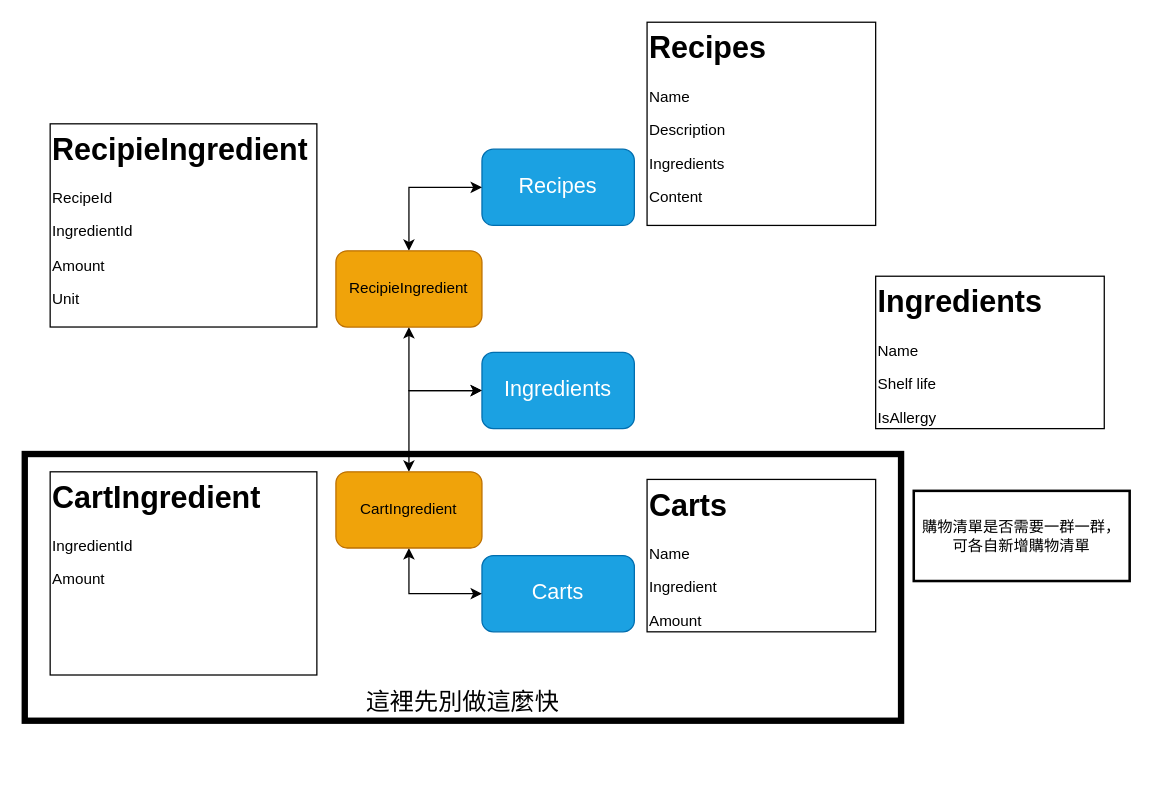
Earlier version of the draw.io diagram GroceryChef.drawio (TanaChu0409/grocery-chef). Source tidied: cells renumbered, new cells numbered last; positions are measured from the earlier drawing's top-left corner, leaving out a move shared by most shapes. Both pictures are drawn from the tidied source at 127%, with x=0, y=0 at pixel (24, 22).
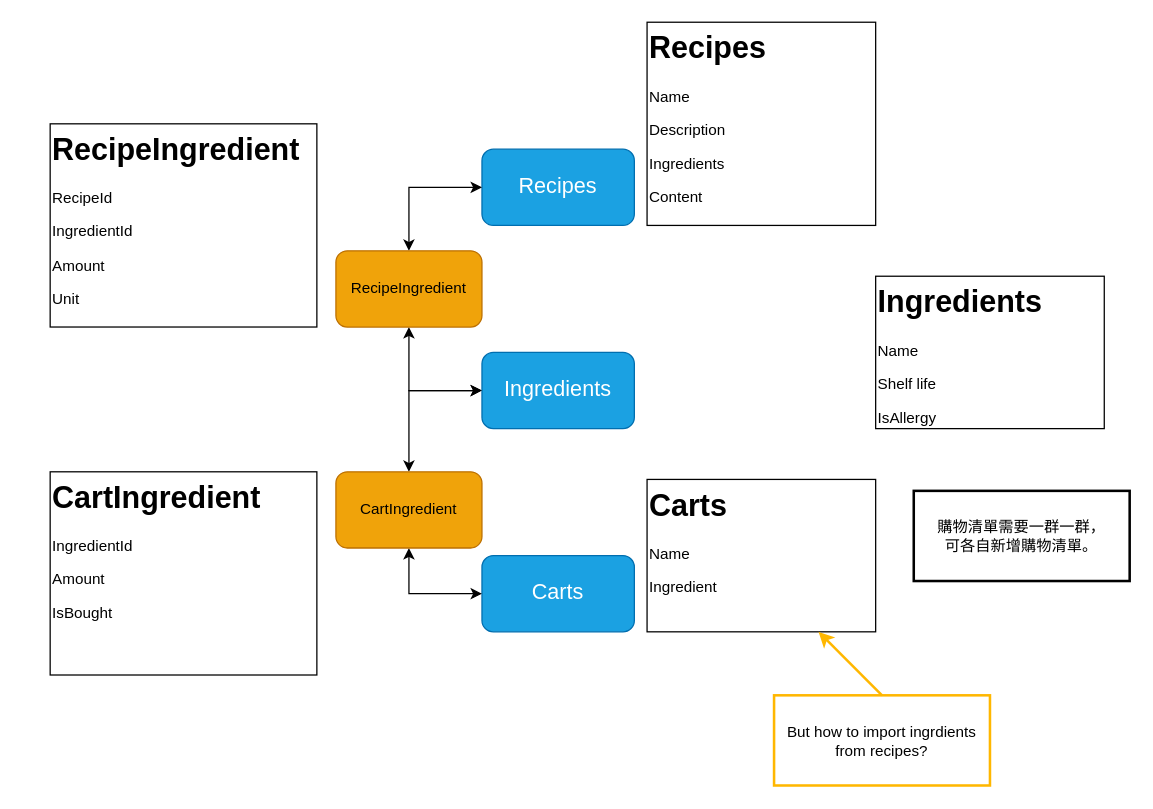
The same diagram, later.

Commit message (it also covers changes not shown here):
Add recipe with ingredient relation and create cart

What changed in the source:
```diff
@@
 <mxGraphModel>
   <root>
     <mxCell id="0" />
     <mxCell id="1" parent="0" />
     <mxCell id="2" value="Recipes" style="rounded=1;whiteSpace=wrap;html=1;fillColor=#1ba1e2;fontColor=#ffffff;strokeColor=#006EAF;fontSize=17;" parent="1" vertex="1">
       <mxGeometry x="360" y="100" width="120" height="60" as="geometry" />
     </mxCell>
     <mxCell id="3" value="Carts" style="rounded=1;whiteSpace=wrap;html=1;fillColor=#1ba1e2;fontColor=#ffffff;strokeColor=#006EAF;fontSize=17;" parent="1" vertex="1">
       <mxGeometry x="360" y="420" width="120" height="60" as="geometry" />
     </mxCell>
     <mxCell id="4" style="edgeStyle=orthogonalEdgeStyle;rounded=0;jettySize=auto;html=1;exitX=0;exitY=0.5;exitDx=0;exitDy=0;entryX=0.5;entryY=0;entryDx=0;entryDy=0;startArrow=classic;startFill=1;" parent="1" edge="1" source="5" target="13">
       <mxGeometry relative="1" as="geometry" />
     </mxCell>
     <mxCell id="5" value="Ingredients" style="rounded=1;whiteSpace=wrap;html=1;fillColor=#1ba1e2;fontColor=#ffffff;strokeColor=#006EAF;fontSize=17;" parent="1" vertex="1">
       <mxGeometry x="360" y="260" width="120" height="60" as="geometry" />
     </mxCell>
     <mxCell id="6" value="&lt;h1 style=&quot;margin-top: 0px;&quot;&gt;Recipes&lt;/h1&gt;&lt;p&gt;Name&lt;/p&gt;&lt;p&gt;Description&lt;/p&gt;&lt;p&gt;Ingredients&lt;/p&gt;&lt;p&gt;Content&lt;/p&gt;" style="text;html=1;overflow=hidden;rounded=0;spacing=2;whiteSpace=wrap;strokeColor=default;" parent="1" vertex="1">
       <mxGeometry x="490" width="180" height="160" as="geometry" />
     </mxCell>
     <mxCell id="7" value="&lt;h1 style=&quot;margin-top: 0px;&quot;&gt;Ingredients&lt;/h1&gt;&lt;p&gt;Name&lt;/p&gt;&lt;p&gt;Shelf life&lt;/p&gt;&lt;p&gt;IsAllergy&lt;/p&gt;" style="text;html=1;overflow=hidden;rounded=0;spacing=2;whiteSpace=wrap;strokeColor=default;" parent="1" vertex="1">
       <mxGeometry x="670" y="200" width="180" height="120" as="geometry" />
     </mxCell>
-    <mxCell id="8" value="&lt;h1 style=&quot;margin-top: 0px;&quot;&gt;&lt;span style=&quot;background-color: transparent; color: light-dark(rgb(0, 0, 0), rgb(255, 255, 255));&quot;&gt;Carts&lt;/span&gt;&lt;/h1&gt;&lt;p style=&quot;margin-top: 0px;&quot;&gt;&lt;span style=&quot;background-color: transparent; color: light-dark(rgb(0, 0, 0), rgb(255, 255, 255)); font-size: 12px; font-weight: normal;&quot;&gt;Name&lt;/span&gt;&lt;/p&gt;&lt;p&gt;Ingredient&lt;/p&gt;&lt;p&gt;Amount&lt;/p&gt;" style="text;html=1;overflow=hidden;rounded=0;spacing=2;whiteSpace=wrap;strokeColor=default;" parent="1" vertex="1">
+    <mxCell id="8" value="&lt;h1 style=&quot;margin-top: 0px;&quot;&gt;&lt;span style=&quot;background-color: transparent; color: light-dark(rgb(0, 0, 0), rgb(255, 255, 255));&quot;&gt;Carts&lt;/span&gt;&lt;/h1&gt;&lt;p style=&quot;margin-top: 0px;&quot;&gt;&lt;span style=&quot;background-color: transparent; color: light-dark(rgb(0, 0, 0), rgb(255, 255, 255)); font-size: 12px; font-weight: normal;&quot;&gt;Name&lt;/span&gt;&lt;/p&gt;&lt;p&gt;Ingredient&lt;/p&gt;" style="text;html=1;overflow=hidden;rounded=0;spacing=2;whiteSpace=wrap;strokeColor=default;" parent="1" vertex="1">
       <mxGeometry x="490" y="360" width="180" height="120" as="geometry" />
     </mxCell>
     <mxCell id="9" style="edgeStyle=orthogonalEdgeStyle;rounded=0;jettySize=auto;html=1;exitX=0.5;exitY=0;exitDx=0;exitDy=0;entryX=0;entryY=0.5;entryDx=0;entryDy=0;startArrow=classic;startFill=1;" parent="1" edge="1" source="11" target="2">
       <mxGeometry relative="1" as="geometry" />
     </mxCell>
     <mxCell id="10" style="edgeStyle=orthogonalEdgeStyle;rounded=0;jettySize=auto;html=1;exitX=0.5;exitY=1;exitDx=0;exitDy=0;entryX=0;entryY=0.5;entryDx=0;entryDy=0;startArrow=classic;startFill=1;" parent="1" edge="1" source="11" target="5">
       <mxGeometry relative="1" as="geometry" />
     </mxCell>
-    <mxCell id="11" value="RecipieIngredient" style="rounded=1;whiteSpace=wrap;html=1;fillColor=#f0a30a;fontColor=#000000;strokeColor=#BD7000;" parent="1" vertex="1">
+    <mxCell id="11" value="RecipeIngredient" style="rounded=1;whiteSpace=wrap;html=1;fillColor=#f0a30a;fontColor=#000000;strokeColor=#BD7000;" parent="1" vertex="1">
       <mxGeometry x="245" y="180" width="115" height="60" as="geometry" />
     </mxCell>
     <mxCell id="12" style="edgeStyle=orthogonalEdgeStyle;rounded=0;jettySize=auto;html=1;exitX=0.5;exitY=1;exitDx=0;exitDy=0;entryX=0;entryY=0.5;entryDx=0;entryDy=0;startArrow=classic;startFill=1;" parent="1" edge="1" source="13" target="3">
       <mxGeometry relative="1" as="geometry" />
     </mxCell>
     <mxCell id="13" value="CartIngredient" style="rounded=1;whiteSpace=wrap;html=1;fillColor=#f0a30a;fontColor=#000000;strokeColor=#BD7000;" parent="1" vertex="1">
       <mxGeometry x="245" y="354" width="115" height="60" as="geometry" />
     </mxCell>
-    <mxCell id="14" value="&lt;h1 style=&quot;margin-top: 0px;&quot;&gt;RecipieIngredient&lt;/h1&gt;&lt;p&gt;RecipeId&lt;/p&gt;&lt;p&gt;&lt;span style=&quot;background-color: transparent; color: light-dark(rgb(0, 0, 0), rgb(255, 255, 255));&quot;&gt;IngredientId&lt;/span&gt;&lt;/p&gt;&lt;p&gt;Amount&lt;/p&gt;&lt;p&gt;Unit&lt;/p&gt;" style="text;html=1;overflow=hidden;rounded=0;spacing=2;whiteSpace=wrap;strokeColor=default;" parent="1" vertex="1">
+    <mxCell id="14" value="&lt;h1 style=&quot;margin-top: 0px;&quot;&gt;RecipeIngredient&lt;/h1&gt;&lt;p&gt;RecipeId&lt;/p&gt;&lt;p&gt;&lt;span style=&quot;background-color: transparent; color: light-dark(rgb(0, 0, 0), rgb(255, 255, 255));&quot;&gt;IngredientId&lt;/span&gt;&lt;/p&gt;&lt;p&gt;Amount&lt;/p&gt;&lt;p&gt;Unit&lt;/p&gt;" style="text;html=1;overflow=hidden;rounded=0;spacing=2;whiteSpace=wrap;strokeColor=default;" parent="1" vertex="1">
       <mxGeometry x="20" y="80" width="210" height="160" as="geometry" />
     </mxCell>
-    <mxCell id="15" value="&lt;h1 style=&quot;margin-top: 0px;&quot;&gt;CartIngredient&lt;/h1&gt;&lt;p&gt;&lt;span style=&quot;background-color: transparent; color: light-dark(rgb(0, 0, 0), rgb(255, 255, 255));&quot;&gt;IngredientId&lt;/span&gt;&lt;/p&gt;&lt;p&gt;Amount&lt;/p&gt;" style="text;html=1;overflow=hidden;rounded=0;spacing=2;whiteSpace=wrap;strokeColor=default;" parent="1" vertex="1">
+    <mxCell id="15" value="&lt;h1 style=&quot;margin-top: 0px;&quot;&gt;CartIngredient&lt;/h1&gt;&lt;p&gt;&lt;span style=&quot;background-color: transparent; color: light-dark(rgb(0, 0, 0), rgb(255, 255, 255));&quot;&gt;IngredientId&lt;/span&gt;&lt;/p&gt;&lt;p&gt;Amount&lt;/p&gt;&lt;p&gt;IsBought&lt;/p&gt;" style="text;html=1;overflow=hidden;rounded=0;spacing=2;whiteSpace=wrap;strokeColor=default;" parent="1" vertex="1">
       <mxGeometry x="20" y="354" width="210" height="160" as="geometry" />
     </mxCell>
-    <mxCell id="16" value="這裡先別做這麼快" style="rounded=0;whiteSpace=wrap;html=1;fillColor=none;strokeWidth=5;fontSize=19;verticalAlign=bottom;" parent="1" vertex="1">
-      <mxGeometry y="340" width="690" height="210" as="geometry" />
-    </mxCell>
-    <mxCell id="17" value="購物清單是否需要一群一群，&lt;br&gt;可各自新增購物清單" style="text;html=1;align=center;verticalAlign=middle;whiteSpace=wrap;rounded=0;strokeColor=default;strokeWidth=2;" parent="1" vertex="1">
+    <mxCell id="17" value="購物清單需要一群一群，&lt;br&gt;可各自新增購物清單。" style="text;html=1;align=center;verticalAlign=middle;whiteSpace=wrap;rounded=0;strokeColor=default;strokeWidth=2;" parent="1" vertex="1">
       <mxGeometry x="700" y="369" width="170" height="71" as="geometry" />
     </mxCell>
+    <mxCell id="18" style="rounded=0;jettySize=auto;html=1;exitX=0.5;exitY=0;exitDx=0;exitDy=0;entryX=0.75;entryY=1;entryDx=0;entryDy=0;strokeWidth=2;strokeColor=#FFB700;" parent="1" edge="1" source="19" target="8">
+      <mxGeometry relative="1" as="geometry" />
+    </mxCell>
+    <mxCell id="19" value="But how to import ingrdients from recipes?" style="text;html=1;align=center;verticalAlign=middle;whiteSpace=wrap;rounded=0;strokeColor=#FFB700;strokeWidth=2;" parent="1" vertex="1">
+      <mxGeometry x="590" y="530" width="170" height="71" as="geometry" />
+    </mxCell>
   </root>
 </mxGraphModel>
```
